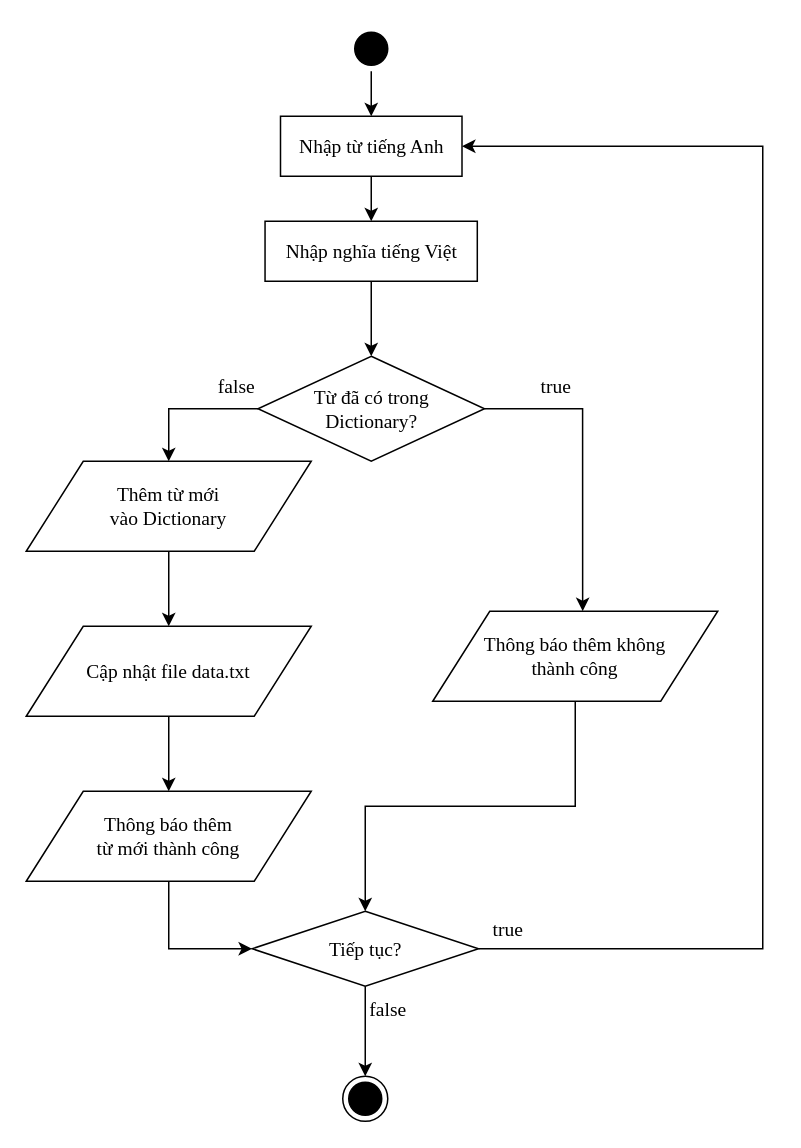
daomtthuan/dictionary keeps this draw.io diagram as page "insert" (3 of 6) of docs/diagram/function.drawio. Above is the earlier version. Source tidied: cells renumbered, new cells numbered last; positions are measured from the earlier drawing's top-left corner, leaving out a move shared by most shapes. Both pictures are drawn from the tidied source at 150%, with x=0, y=0 at pixel (26, 26).
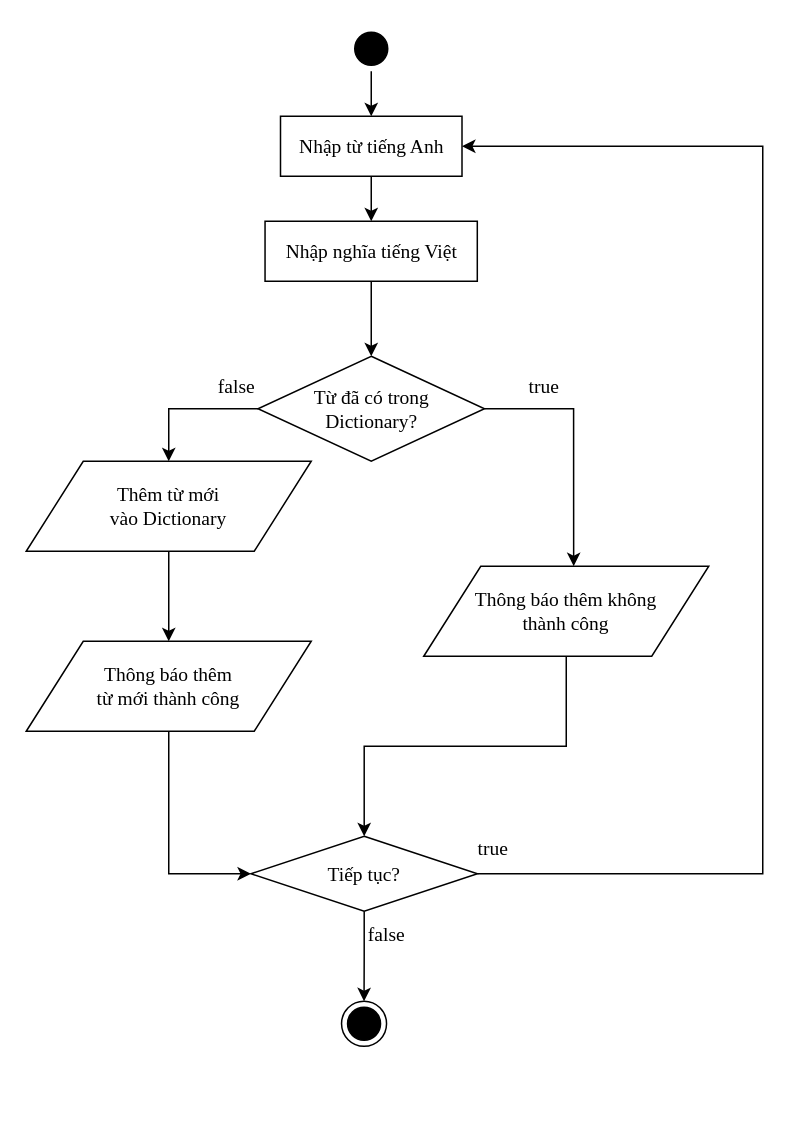
After the change.

The change refers to these unchanged cells:
```xml
<mxCell id="5" value="Nhập từ tiếng Anh" style="html=1;dashed=0;whitespace=wrap;strokeColor=#000000;fontFamily=Times New Roman;fontSize=13;" parent="1" vertex="1">
  <mxGeometry x="169.5" y="60" width="121" height="40" as="geometry" />
</mxCell>
<mxCell id="14" value="Thêm từ mới&lt;br&gt;vào Dictionary" style="shape=parallelogram;perimeter=parallelogramPerimeter;whiteSpace=wrap;html=1;dashed=0;strokeColor=#000000;fontFamily=Times New Roman;fontSize=13;" parent="1" vertex="1">
  <mxGeometry y="290" width="190" height="60" as="geometry" />
</mxCell>
```

Change to the diagram source:
```diff
@@
     <mxCell id="10" value="Thông báo thêm không&lt;br&gt;thành công" style="shape=parallelogram;perimeter=parallelogramPerimeter;whiteSpace=wrap;html=1;dashed=0;strokeColor=#000000;fontFamily=Times New Roman;fontSize=13;" parent="1" vertex="1">
-      <mxGeometry x="271" y="390" width="190" height="60" as="geometry" />
+      <mxGeometry x="265" y="360" width="190" height="60" as="geometry" />
     </mxCell>
@@
     <mxCell id="12" value="Thông báo thêm&lt;br&gt;từ mới thành công" style="shape=parallelogram;perimeter=parallelogramPerimeter;whiteSpace=wrap;html=1;dashed=0;strokeColor=#000000;fontFamily=Times New Roman;fontSize=13;" parent="1" vertex="1">
-      <mxGeometry y="510" width="190" height="60" as="geometry" />
+      <mxGeometry y="410" width="190" height="60" as="geometry" />
     </mxCell>
-    <mxCell id="13" style="edgeStyle=orthogonalEdgeStyle;rounded=0;jettySize=auto;html=1;entryX=0.5;entryY=0;entryDx=0;entryDy=0;strokeColor=#000000;fontFamily=Times New Roman;fontSize=13;" parent="1" edge="1" source="14" target="19">
-      <mxGeometry relative="1" as="geometry" />
-    </mxCell>
+    <mxCell id="23" style="edgeStyle=orthogonalEdgeStyle;rounded=0;jettySize=auto;html=1;entryX=0.5;entryY=0;entryDx=0;entryDy=0;" parent="1" edge="1" source="14" target="12">
+      <mxGeometry relative="1" as="geometry" />
+    </mxCell>
@@
     <mxCell id="15" style="ellipse;html=1;shape=endState;fillColor=#000000;strokeColor=#000000;fontFamily=Times New Roman;fontSize=13;" parent="1" vertex="1">
-      <mxGeometry x="211" y="700" width="30" height="30" as="geometry" />
+      <mxGeometry x="210.2" y="650" width="30" height="30" as="geometry" />
     </mxCell>
@@
-    <mxCell id="18" style="edgeStyle=orthogonalEdgeStyle;rounded=0;jettySize=auto;html=1;entryX=0.5;entryY=0;entryDx=0;entryDy=0;strokeColor=#000000;fontFamily=Times New Roman;fontSize=13;" parent="1" edge="1" source="19" target="12">
-      <mxGeometry relative="1" as="geometry" />
-    </mxCell>
-    <mxCell id="19" value="Cập nhật file data.txt" style="shape=parallelogram;perimeter=parallelogramPerimeter;whiteSpace=wrap;html=1;dashed=0;strokeColor=#000000;fontFamily=Times New Roman;fontSize=13;" parent="1" vertex="1">
-      <mxGeometry y="400" width="190" height="60" as="geometry" />
-    </mxCell>
@@
-    <mxCell id="21" value="true" style="edgeStyle=orthogonalEdgeStyle;rounded=0;jettySize=auto;html=1;entryX=1;entryY=0.5;entryDx=0;entryDy=0;strokeColor=#000000;fontFamily=Times New Roman;fontSize=13;" parent="1" edge="1" source="22" target="5">
-      <mxGeometry x="-0.56" y="170" relative="1" as="geometry">
+    <mxCell id="21" value="true" style="edgeStyle=orthogonalEdgeStyle;rounded=0;jettySize=auto;html=1;entryX=1;entryY=0.5;entryDx=0;entryDy=0;strokeColor=#000000;fontFamily=Times New Roman;fontSize=13;exitX=1;exitY=0.5;exitDx=0;exitDy=0;" parent="1" edge="1" source="22" target="5">
+      <mxGeometry x="-0.53" y="180" relative="1" as="geometry">
         <Array as="points">
-          <mxPoint x="491" y="615" />
+          <mxPoint x="491" y="565" />
           <mxPoint x="491" y="80" />
         </Array>
+        <mxPoint y="-1" as="offset" />
       </mxGeometry>
     </mxCell>
     <mxCell id="22" value="Tiếp tục?" style="rhombus;whiteSpace=wrap;html=1;fontFamily=Times New Roman;fontSize=13;" parent="1" vertex="1">
-      <mxGeometry x="150.5" y="590" width="151" height="50" as="geometry" />
+      <mxGeometry x="149.8" y="540" width="151" height="50" as="geometry" />
     </mxCell>
```
